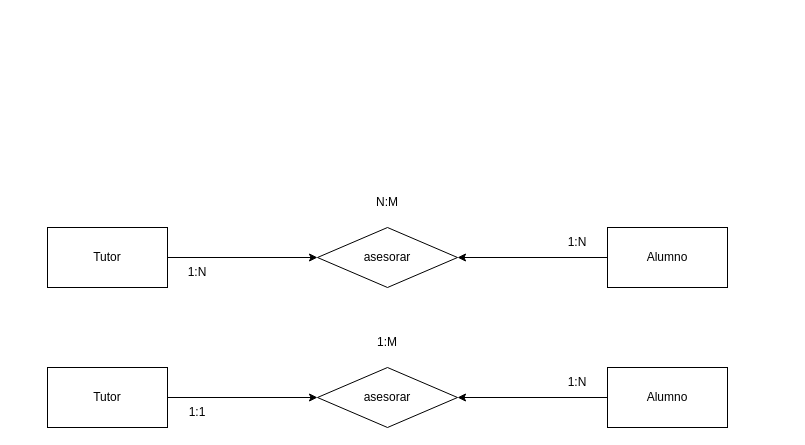
Above: SQL/Sintaxis y consultas basicas/drawio.drawio in ferfcb99/JavaSqlDavid (draw.io), before the change. Source tidied: cells renumbered, new cells numbered last; positions are measured from the earlier drawing's top-left corner, leaving out a move shared by most shapes. Both pictures are drawn from the tidied source at 100%, with x=0, y=0 at pixel (47, 187).
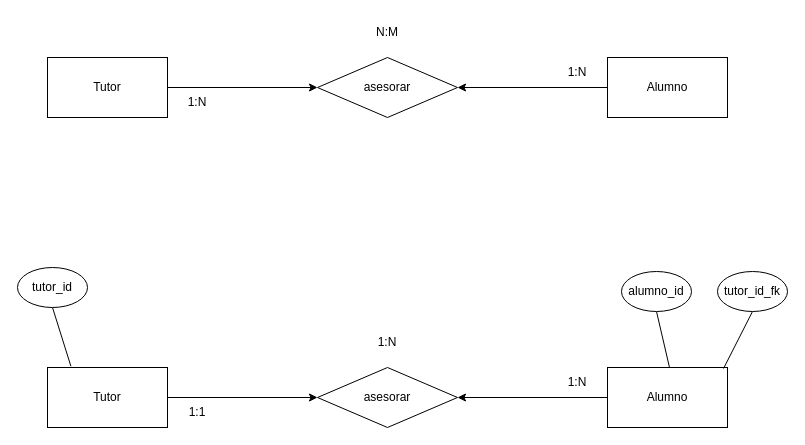
The same page after the edit.

The change refers to these unchanged cells:
```xml
<mxCell id="11" value="Tutor" style="rounded=0;whiteSpace=wrap;html=1;" parent="1" vertex="1">
  <mxGeometry y="180" width="120" height="60" as="geometry" />
</mxCell>
<mxCell id="13" value="Alumno" style="rounded=0;whiteSpace=wrap;html=1;" parent="1" vertex="1">
  <mxGeometry x="560" y="180" width="120" height="60" as="geometry" />
</mxCell>
```

Change to the diagram source:
```diff
@@
     <mxCell id="3" value="Tutor" style="rounded=0;whiteSpace=wrap;html=1;" parent="1" vertex="1">
-      <mxGeometry y="40" width="120" height="60" as="geometry" />
+      <mxGeometry y="-130" width="120" height="60" as="geometry" />
     </mxCell>
@@
     <mxCell id="5" value="Alumno" style="rounded=0;whiteSpace=wrap;html=1;" parent="1" vertex="1">
-      <mxGeometry x="560" y="40" width="120" height="60" as="geometry" />
+      <mxGeometry x="560" y="-130" width="120" height="60" as="geometry" />
     </mxCell>
     <mxCell id="6" value="asesorar" style="rhombus;whiteSpace=wrap;html=1;" parent="1" vertex="1">
-      <mxGeometry x="270" y="40" width="140" height="60" as="geometry" />
+      <mxGeometry x="270" y="-130" width="140" height="60" as="geometry" />
     </mxCell>
     <mxCell id="7" value="1:N" style="text;html=1;strokeColor=none;fillColor=none;align=center;verticalAlign=middle;whiteSpace=wrap;rounded=0;" parent="1" vertex="1">
-      <mxGeometry x="500" y="40" width="60" height="30" as="geometry" />
+      <mxGeometry x="500" y="-130" width="60" height="30" as="geometry" />
     </mxCell>
     <mxCell id="8" value="1:N" style="text;html=1;strokeColor=none;fillColor=none;align=center;verticalAlign=middle;whiteSpace=wrap;rounded=0;" parent="1" vertex="1">
-      <mxGeometry x="120" y="70" width="60" height="30" as="geometry" />
+      <mxGeometry x="120" y="-100" width="60" height="30" as="geometry" />
     </mxCell>
     <mxCell id="9" value="N:M" style="text;html=1;strokeColor=none;fillColor=none;align=center;verticalAlign=middle;whiteSpace=wrap;rounded=0;" parent="1" vertex="1">
-      <mxGeometry x="310" width="60" height="30" as="geometry" />
+      <mxGeometry x="310" y="-170" width="60" height="30" as="geometry" />
     </mxCell>
@@
-    <mxCell id="17" value="1:M" style="text;html=1;strokeColor=none;fillColor=none;align=center;verticalAlign=middle;whiteSpace=wrap;rounded=0;" parent="1" vertex="1">
+    <mxCell id="17" value="1:N" style="text;html=1;strokeColor=none;fillColor=none;align=center;verticalAlign=middle;whiteSpace=wrap;rounded=0;" parent="1" vertex="1">
       <mxGeometry x="310" y="140" width="60" height="30" as="geometry" />
     </mxCell>
+    <mxCell id="18" style="endArrow=none;html=1;rounded=0;exitX=0.195;exitY=-0.021;exitDx=0;exitDy=0;exitPerimeter=0;entryX=0.5;entryY=1;entryDx=0;entryDy=0;" parent="1" edge="1" source="11" target="19">
+      <mxGeometry relative="1" as="geometry" />
+    </mxCell>
+    <mxCell id="19" value="tutor_id" style="ellipse;whiteSpace=wrap;html=1;" parent="1" vertex="1">
+      <mxGeometry x="-30" y="80" width="70" height="40" as="geometry" />
+    </mxCell>
+    <mxCell id="20" style="endArrow=none;html=1;rounded=0;exitX=0.152;exitY=-0.069;exitDx=0;exitDy=0;exitPerimeter=0;entryX=0.5;entryY=1;entryDx=0;entryDy=0;" parent="1" edge="1" target="21">
+      <mxGeometry relative="1" as="geometry">
+        <mxPoint x="622" y="180" as="sourcePoint" />
+      </mxGeometry>
+    </mxCell>
+    <mxCell id="21" value="alumno_id" style="ellipse;whiteSpace=wrap;html=1;" parent="1" vertex="1">
+      <mxGeometry x="574" y="84" width="70" height="40" as="geometry" />
+    </mxCell>
+    <mxCell id="22" style="endArrow=none;html=1;rounded=0;exitX=0.967;exitY=0.017;exitDx=0;exitDy=0;exitPerimeter=0;entryX=0.5;entryY=1;entryDx=0;entryDy=0;" parent="1" edge="1" source="13" target="23">
+      <mxGeometry relative="1" as="geometry" />
+    </mxCell>
+    <mxCell id="23" value="tutor_id_fk" style="ellipse;whiteSpace=wrap;html=1;" parent="1" vertex="1">
+      <mxGeometry x="670" y="84" width="70" height="40" as="geometry" />
+    </mxCell>
```
